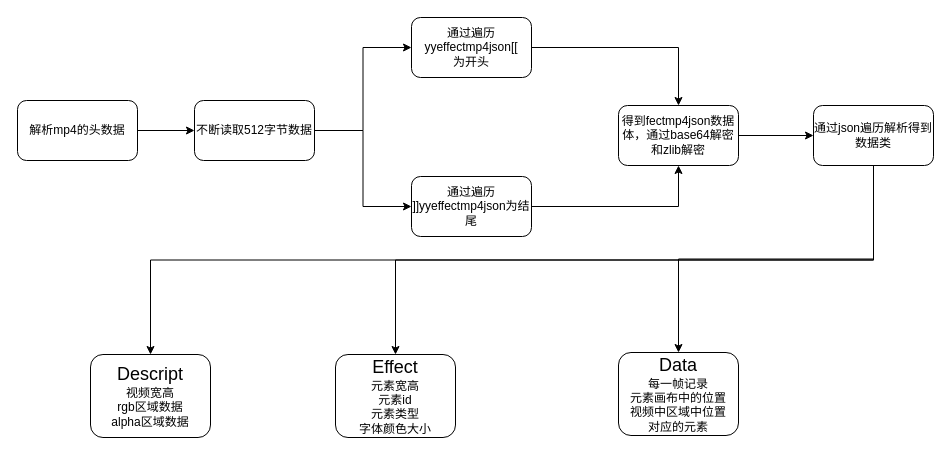
cangwang/news keeps this draw.io diagram as page "Page-1" (1 of 4) of YYEVA.drawio. Above is the earlier version. Source tidied: cells renumbered, new cells numbered last; positions are measured from the earlier drawing's top-left corner, leaving out a move shared by most shapes. Both pictures are drawn from the tidied source at 100%, with x=0, y=0 at pixel (17, 17).
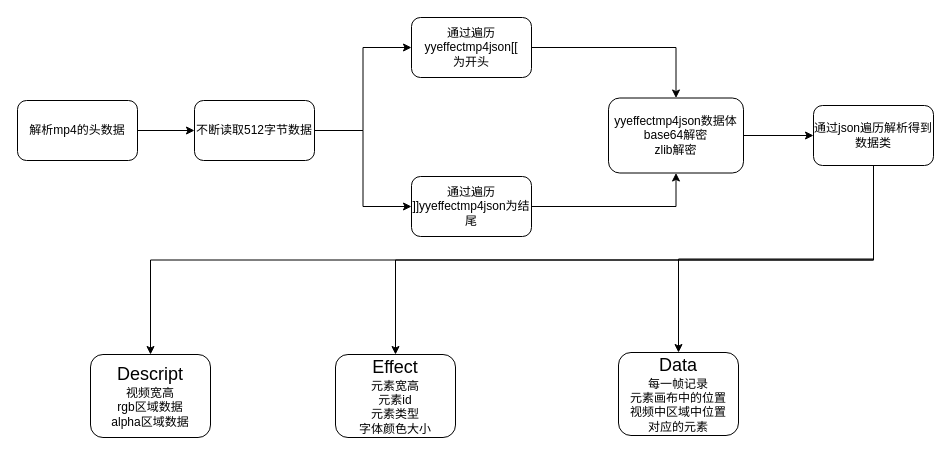
Above is the later version.

What changed in the source:
```diff
@@
 <mxGraphModel>
   <root>
     <mxCell id="0" />
     <mxCell id="1" parent="0" />
     <mxCell id="2" style="edgeStyle=orthogonalEdgeStyle;rounded=0;jettySize=auto;html=1;exitX=1;exitY=0.5;exitDx=0;exitDy=0;" parent="1" edge="1" source="3" target="6">
       <mxGeometry relative="1" as="geometry" />
     </mxCell>
     <mxCell id="3" value="解析mp4的头数据" style="rounded=1;whiteSpace=wrap;html=1;fillColor=default;" parent="1" vertex="1">
       <mxGeometry y="83" width="120" height="60" as="geometry" />
     </mxCell>
     <mxCell id="4" style="edgeStyle=orthogonalEdgeStyle;rounded=0;jettySize=auto;html=1;exitX=1;exitY=0.5;exitDx=0;exitDy=0;entryX=0;entryY=0.5;entryDx=0;entryDy=0;" parent="1" edge="1" source="6" target="8">
       <mxGeometry relative="1" as="geometry" />
     </mxCell>
     <mxCell id="5" style="edgeStyle=orthogonalEdgeStyle;rounded=0;jettySize=auto;html=1;exitX=1;exitY=0.5;exitDx=0;exitDy=0;entryX=0;entryY=0.5;entryDx=0;entryDy=0;" parent="1" edge="1" source="6" target="10">
       <mxGeometry relative="1" as="geometry" />
     </mxCell>
     <mxCell id="6" value="不断读取512字节数据" style="rounded=1;whiteSpace=wrap;html=1;fillColor=default;" parent="1" vertex="1">
       <mxGeometry x="177" y="83" width="120" height="60" as="geometry" />
     </mxCell>
     <mxCell id="7" style="edgeStyle=orthogonalEdgeStyle;rounded=0;jettySize=auto;html=1;exitX=1;exitY=0.5;exitDx=0;exitDy=0;" parent="1" edge="1" source="8" target="12">
       <mxGeometry relative="1" as="geometry" />
     </mxCell>
     <mxCell id="8" value="通过遍历&lt;br&gt;yyeffectmp4json[[&lt;br&gt;为开头" style="rounded=1;whiteSpace=wrap;html=1;fillColor=default;" parent="1" vertex="1">
       <mxGeometry x="394" width="120" height="60" as="geometry" />
     </mxCell>
     <mxCell id="9" style="edgeStyle=orthogonalEdgeStyle;rounded=0;jettySize=auto;html=1;exitX=1;exitY=0.5;exitDx=0;exitDy=0;entryX=0.5;entryY=1;entryDx=0;entryDy=0;" parent="1" edge="1" source="10" target="12">
       <mxGeometry relative="1" as="geometry" />
     </mxCell>
     <mxCell id="10" value="通过遍历&lt;br&gt;]]yyeffectmp4json为结尾" style="rounded=1;whiteSpace=wrap;html=1;fillColor=default;" parent="1" vertex="1">
       <mxGeometry x="394" y="159" width="120" height="60" as="geometry" />
     </mxCell>
     <mxCell id="11" style="edgeStyle=orthogonalEdgeStyle;rounded=0;jettySize=auto;html=1;exitX=1;exitY=0.5;exitDx=0;exitDy=0;" parent="1" edge="1" source="12" target="16">
       <mxGeometry relative="1" as="geometry" />
     </mxCell>
-    <mxCell id="12" value="得到fectmp4json数据体，通过base64解密和zlib解密" style="rounded=1;whiteSpace=wrap;html=1;fillColor=default;" parent="1" vertex="1">
-      <mxGeometry x="601" y="88" width="120" height="60" as="geometry" />
+    <mxCell id="12" value="yyeffectmp4json数据体&lt;br&gt;base64解密&lt;br&gt;zlib解密" style="rounded=1;whiteSpace=wrap;html=1;fillColor=default;" parent="1" vertex="1">
+      <mxGeometry x="591" y="80.5" width="135" height="75" as="geometry" />
     </mxCell>
     <mxCell id="13" style="edgeStyle=orthogonalEdgeStyle;rounded=0;jettySize=auto;html=1;exitX=0.5;exitY=1;exitDx=0;exitDy=0;fontSize=18;" parent="1" edge="1" source="16" target="17">
       <mxGeometry relative="1" as="geometry" />
     </mxCell>
     <mxCell id="14" style="edgeStyle=orthogonalEdgeStyle;rounded=0;jettySize=auto;html=1;exitX=0.5;exitY=1;exitDx=0;exitDy=0;fontSize=18;" parent="1" edge="1" source="16" target="18">
       <mxGeometry relative="1" as="geometry" />
     </mxCell>
     <mxCell id="15" style="edgeStyle=orthogonalEdgeStyle;rounded=0;jettySize=auto;html=1;exitX=0.5;exitY=1;exitDx=0;exitDy=0;fontSize=18;" parent="1" edge="1" source="16" target="19">
       <mxGeometry relative="1" as="geometry" />
     </mxCell>
     <mxCell id="16" value="通过json遍历解析得到数据类" style="rounded=1;whiteSpace=wrap;html=1;fillColor=default;" parent="1" vertex="1">
       <mxGeometry x="796" y="88" width="120" height="60" as="geometry" />
     </mxCell>
     <mxCell id="17" value="&lt;font style=&quot;font-size: 18px;&quot;&gt;Descript&lt;/font&gt;&lt;br&gt;视频宽高&lt;br&gt;rgb区域数据&lt;br&gt;alpha区域数据" style="rounded=1;whiteSpace=wrap;html=1;fillColor=default;" parent="1" vertex="1">
       <mxGeometry x="73" y="337" width="120" height="83" as="geometry" />
     </mxCell>
     <mxCell id="18" value="&lt;font style=&quot;font-size: 18px;&quot;&gt;Effect&lt;/font&gt;&lt;br&gt;元素宽高&lt;br&gt;元素id&lt;br&gt;元素类型&lt;br&gt;字体颜色大小" style="rounded=1;whiteSpace=wrap;html=1;fillColor=default;" parent="1" vertex="1">
       <mxGeometry x="318" y="337" width="120" height="83" as="geometry" />
     </mxCell>
     <mxCell id="19" value="&lt;font style=&quot;font-size: 18px;&quot;&gt;Data&lt;/font&gt;&lt;br&gt;每一帧记录&lt;br&gt;元素画布中的位置&lt;br&gt;视频中区域中位置&lt;br&gt;对应的元素" style="rounded=1;whiteSpace=wrap;html=1;fillColor=default;" parent="1" vertex="1">
       <mxGeometry x="601" y="335" width="120" height="83" as="geometry" />
     </mxCell>
   </root>
 </mxGraphModel>
```
